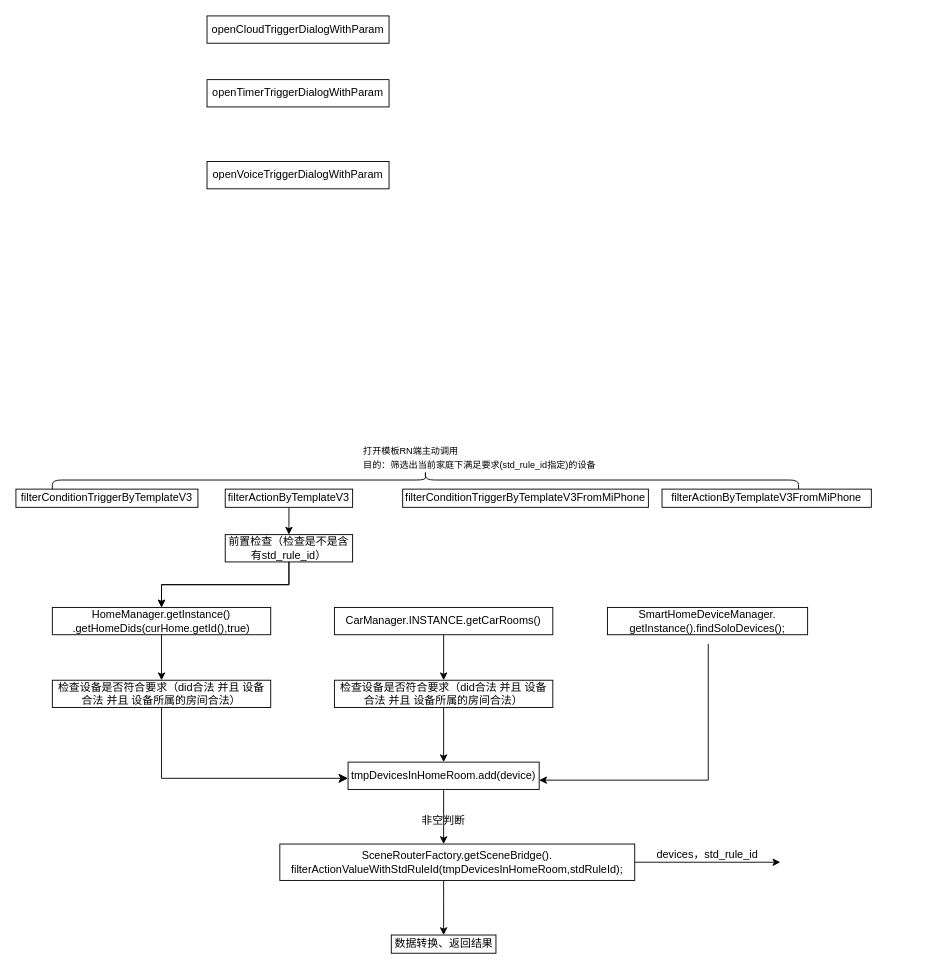
The draw.io diagram 未命名绘图.drawio in WljclW/coolweather, before the edit. Source tidied: cells renumbered, new cells numbered last; positions are measured from the earlier drawing's top-left corner, leaving out a move shared by most shapes. Both pictures are drawn from the tidied source at 91%, with x=0, y=0 at pixel (15, 15).
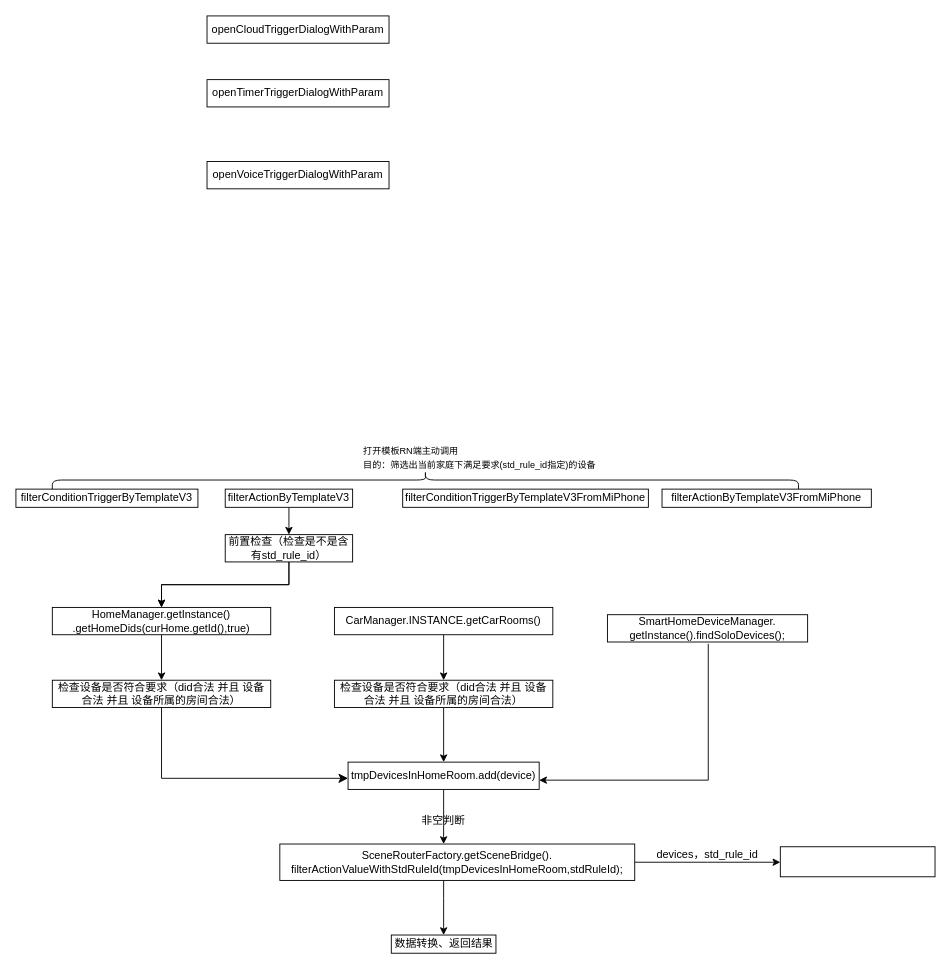
Above is the later version.

Commit message:
更新未命名绘图.drawio

The edit, as a diff of the source:
```diff
@@
     <mxCell id="23" value="SmartHomeDeviceManager.&lt;br&gt;getInstance().findSoloDevices();" style="rounded=0;whiteSpace=wrap;html=1;" parent="1" vertex="1">
-      <mxGeometry x="650" y="650" width="220" height="30" as="geometry" />
+      <mxGeometry x="650" y="658" width="220" height="30" as="geometry" />
     </mxCell>
@@
+    <mxCell id="33" style="rounded=0;whiteSpace=wrap;html=1;" parent="1" vertex="1">
+      <mxGeometry x="840" y="913" width="170" height="33" as="geometry" />
+    </mxCell>
```
